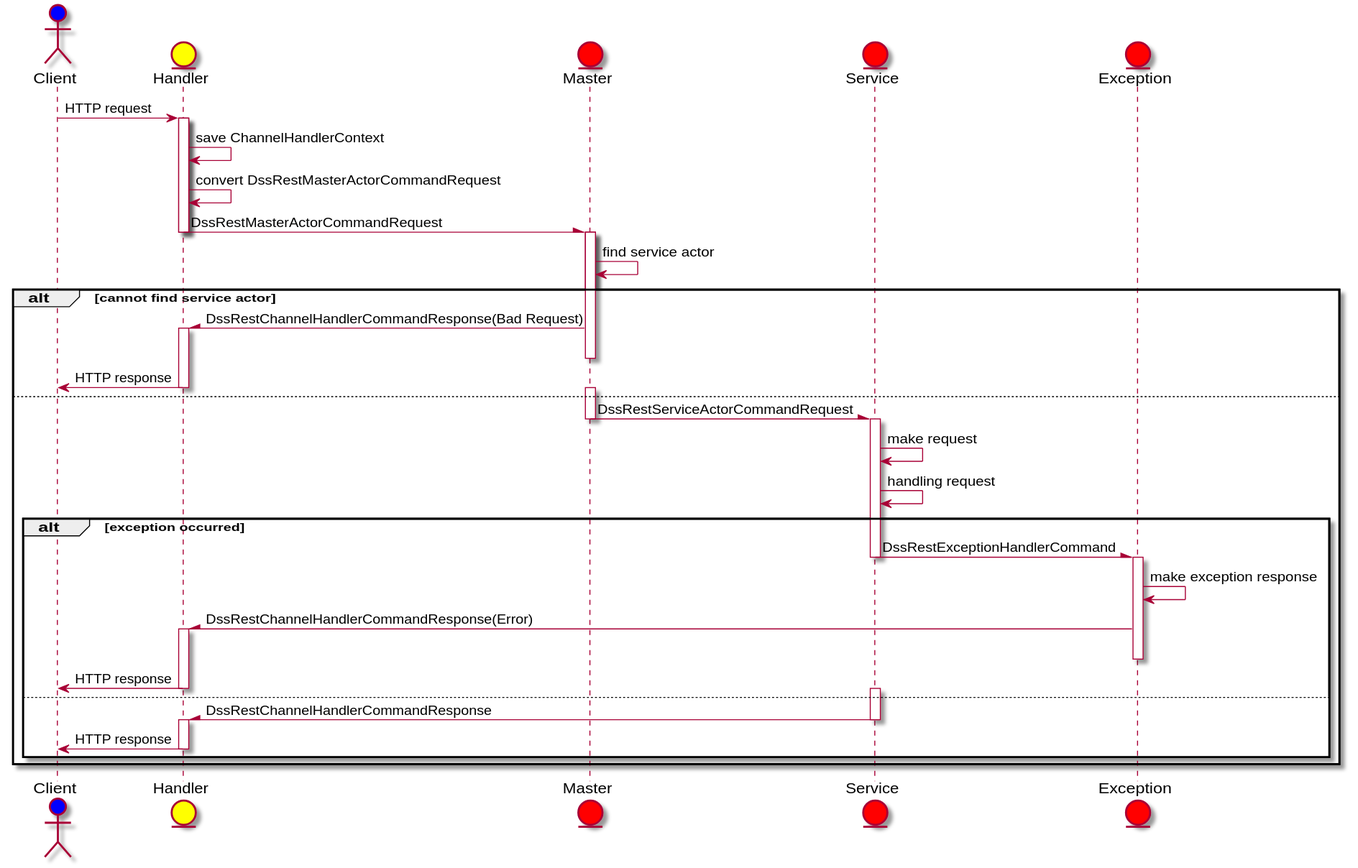
This is document/uml/rest event handling.svg from ztkmkoo/dss, a PlantUML export, as it was before one commit.
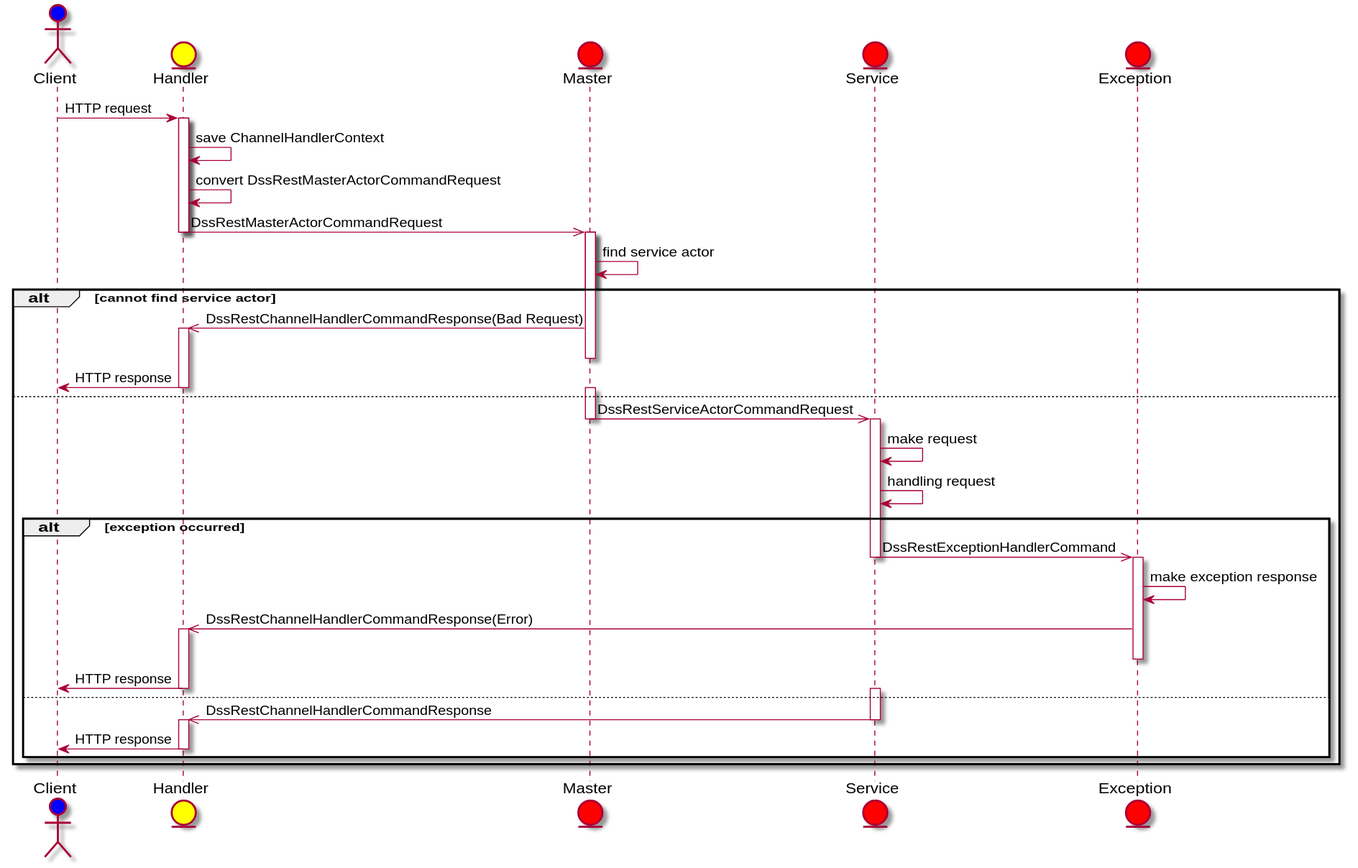
The same file after the commit.

What changed in the source:
```diff
@@ -9,37 +9,37 @@
 activate Handler
 Handler -> Handler : save ChannelHandlerContext
 Handler -> Handler : convert DssRestMasterActorCommandRequest
-Handler -\ Master : DssRestMasterActorCommandRequest
+Handler ->> Master : DssRestMasterActorCommandRequest
 deactivate Handler
 activate Master
 
 Master -> Master: find service actor
 alt cannot find service actor
-    Master -\ Handler : DssRestChannelHandlerCommandResponse(Bad Request)
+    Master ->> Handler : DssRestChannelHandlerCommandResponse(Bad Request)
     activate Handler
     deactivate Master
     Handler -> Client : HTTP response
     deactivate Handler
 else
     activate Master
-    Master -\ Service : DssRestServiceActorCommandRequest
+    Master ->> Service : DssRestServiceActorCommandRequest
     deactivate Master
     activate Service
     Service -> Service : make request
     Service -> Service : handling request
     alt exception occurred
-        Service -\ Exception : DssRestExceptionHandlerCommand
+        Service ->> Exception : DssRestExceptionHandlerCommand
         deactivate Service
         activate Exception
         Exception -> Exception : make exception response
-        Exception -\ Handler : DssRestChannelHandlerCommandResponse(Error)
+        Exception ->> Handler : DssRestChannelHandlerCommandResponse(Error)
         activate Handler
         deactivate Exception
         Handler -> Client : HTTP response
         deactivate Handler
     else
         activate Service
-        Service -\ Handler : DssRestChannelHandlerCommandResponse
+        Service ->> Handler : DssRestChannelHandlerCommandResponse
         deactivate Service
         activate Handler
         deactivate Exception
```
